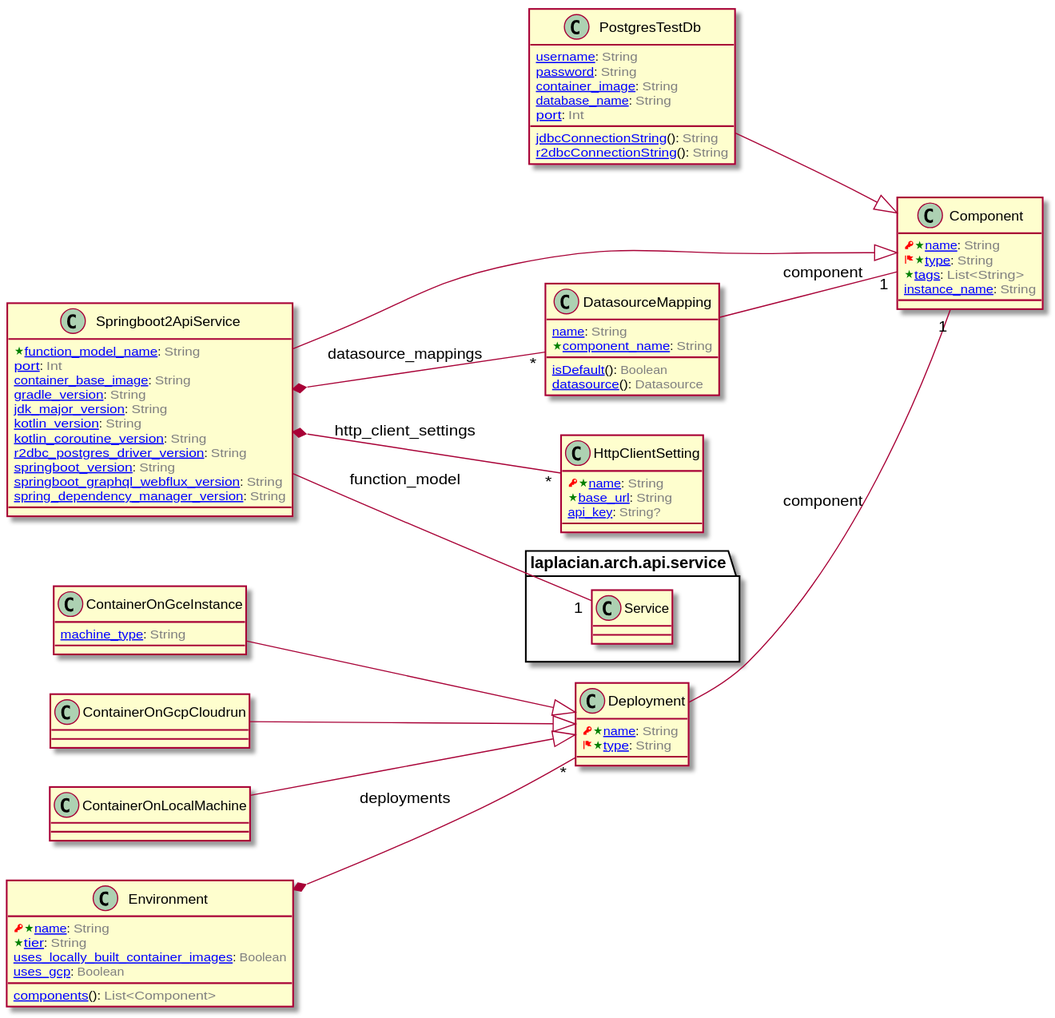
Above: doc/image/model-diagram.svg in laplacian-arch/deployment.domain-model (PlantUML), before the change.
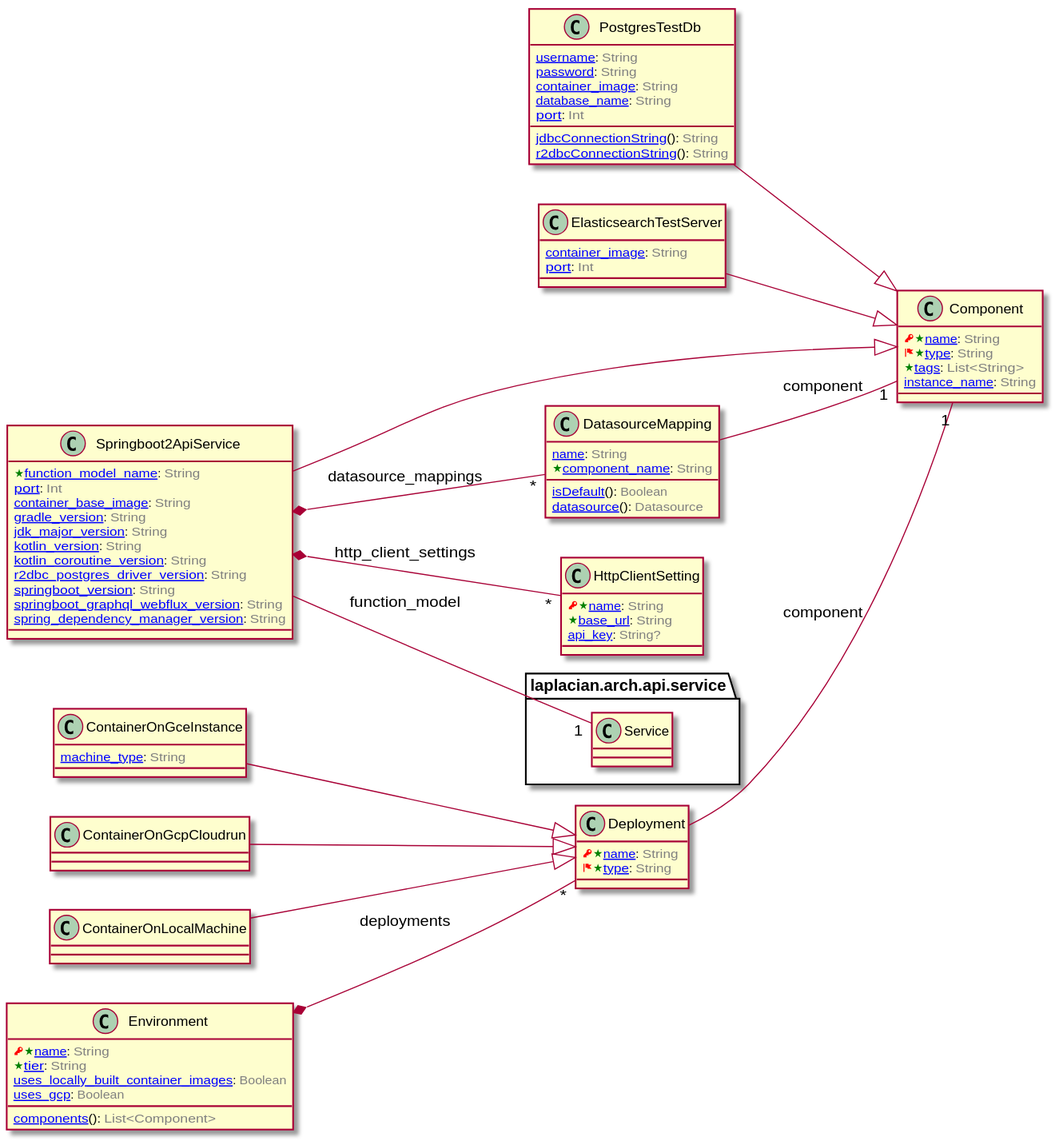
After the commit.

Commit message:
add a deployment component of test elasticsearch server

What changed in the source:
```diff
@@ -23,6 +23,17 @@
 }
 
 PostgresTestDb --|> Component
+
+
+
+
+
+class ElasticsearchTestServer [[/blob/master/doc/entities/ElasticsearchTestServer.md]] {
+  [[/blob/master/doc/entities/ElasticsearchTestServer.md#container_image-string container_image]]: <color:GRAY>String</color>
+  [[/blob/master/doc/entities/ElasticsearchTestServer.md#port-int port]]: <color:GRAY>Int</color>
+}
+
+ElasticsearchTestServer --|> Component
 
 
 
```
